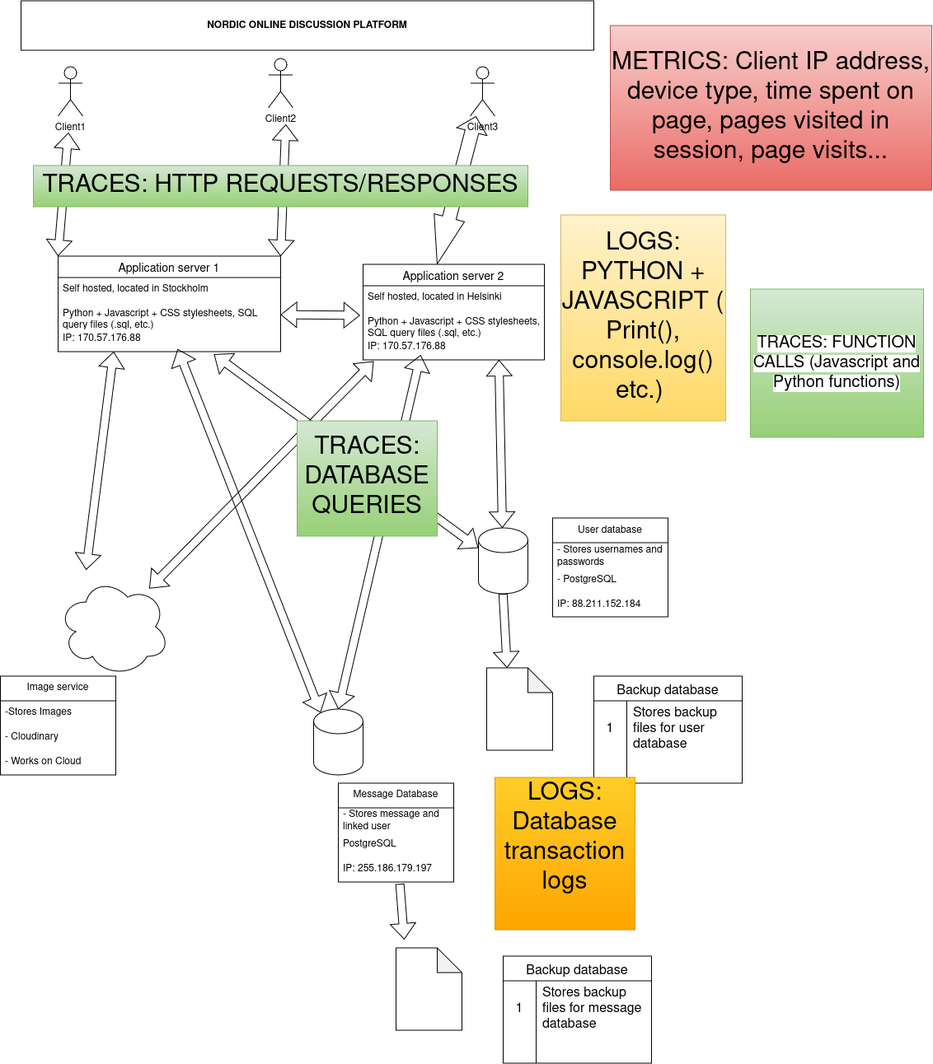
This is Imaginary_software.drawio.png from Fault-Furious/Documents, a draw.io export, as it was before one commit. Source tidied: cells renumbered, new cells last; positions are measured from the earlier drawing's top-left corner, leaving out a move shared by most shapes.
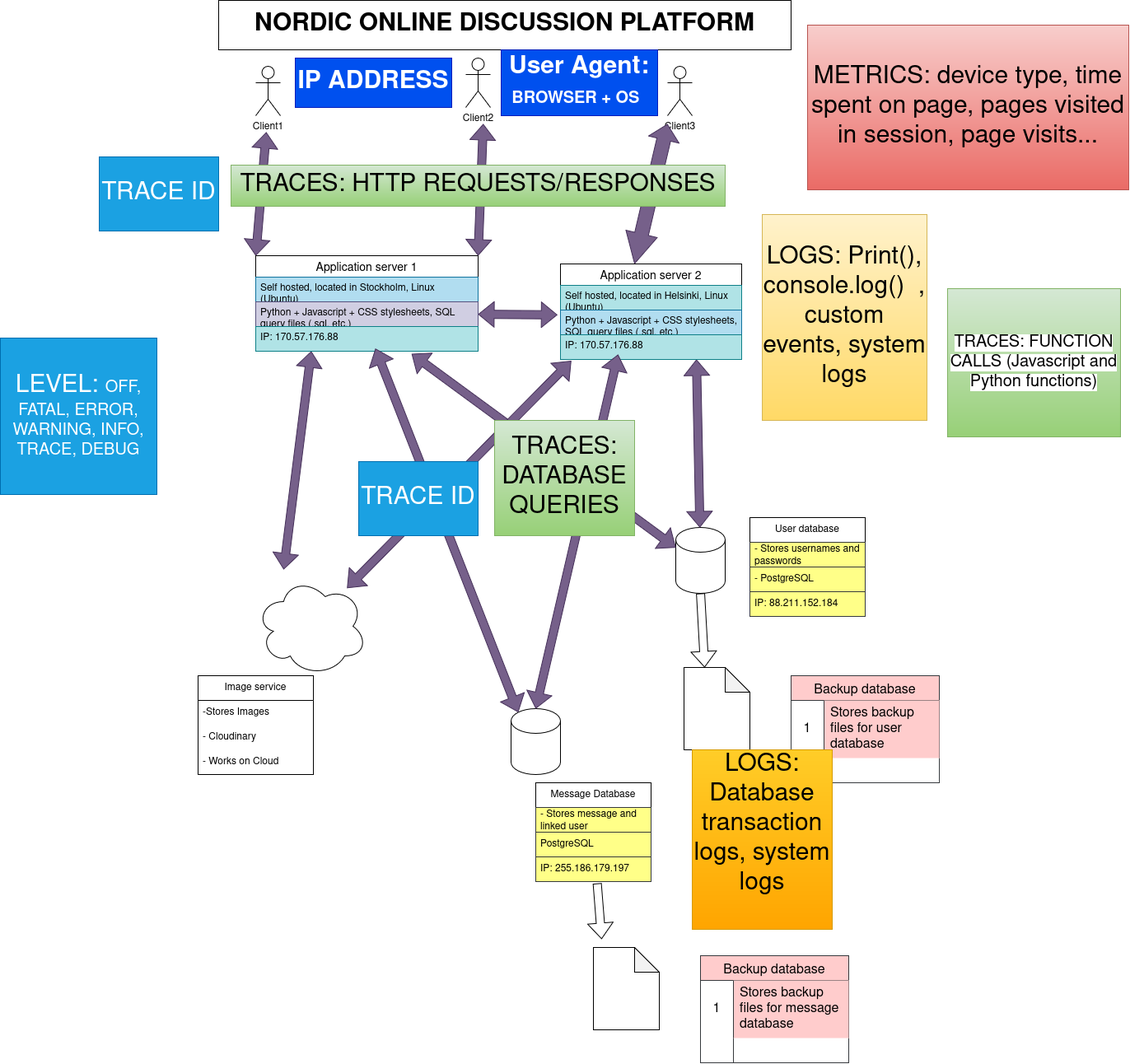
After the change.

Change to the diagram source:
```diff
@@ -1,2 +1,2 @@
-<mxGraphModel background="light-dark(#FFFFFF,#000000)">
+<mxGraphModel>
   <root>
@@ -19,3 +19,3 @@
     </mxCell>
-    <mxCell id="7" style="shape=flexArrow;endArrow=classic;startArrow=classic;html=1;rounded=0;exitX=0.4;exitY=0.1;exitDx=0;exitDy=0;exitPerimeter=0;entryX=0.25;entryY=1;entryDx=0;entryDy=0;" parent="1" edge="1" target="16">
+    <mxCell id="7" style="shape=flexArrow;endArrow=classic;startArrow=classic;html=1;rounded=0;exitX=0.4;exitY=0.1;exitDx=0;exitDy=0;exitPerimeter=0;entryX=0.25;entryY=1;entryDx=0;entryDy=0;fillColor=#76608a;strokeColor=#432D57;" parent="1" edge="1" target="16">
       <mxGeometry relative="1" as="geometry">
@@ -24,3 +24,3 @@
     </mxCell>
-    <mxCell id="8" style="shape=flexArrow;endArrow=classic;startArrow=classic;html=1;rounded=0;entryX=1;entryY=1;entryDx=0;entryDy=0;entryPerimeter=0;exitX=1;exitY=0;exitDx=0;exitDy=0;" parent="1" edge="1" source="16">
+    <mxCell id="8" style="shape=flexArrow;endArrow=classic;startArrow=classic;html=1;rounded=0;entryX=1;entryY=1;entryDx=0;entryDy=0;entryPerimeter=0;exitX=1;exitY=0;exitDx=0;exitDy=0;fillColor=#76608a;strokeColor=#432D57;" parent="1" edge="1" source="16">
       <mxGeometry relative="1" as="geometry">
@@ -29,8 +29,9 @@
     </mxCell>
-    <mxCell id="9" style="shape=flexArrow;endArrow=classic;startArrow=classic;html=1;rounded=0;exitX=0.75;exitY=0;exitDx=0;exitDy=0;width=17;startSize=19;" parent="1" edge="1" target="3">
+    <mxCell id="9" style="shape=flexArrow;endArrow=classic;startArrow=classic;html=1;rounded=0;exitX=0.75;exitY=0;exitDx=0;exitDy=0;width=17;startSize=12;fillColor=#76608a;strokeColor=#432D57;startWidth=21;" parent="1" edge="1">
       <mxGeometry relative="1" as="geometry">
         <mxPoint x="530" y="320" as="sourcePoint" />
+        <mxPoint x="570" y="150" as="targetPoint" />
       </mxGeometry>
     </mxCell>
-    <mxCell id="10" style="shape=flexArrow;endArrow=classic;startArrow=classic;html=1;rounded=0;exitX=0.145;exitY=0;exitDx=0;exitDy=4.35;exitPerimeter=0;entryX=0.701;entryY=1.104;entryDx=0;entryDy=0;entryPerimeter=0;" parent="1" edge="1" target="19">
+    <mxCell id="10" style="shape=flexArrow;endArrow=classic;startArrow=classic;html=1;rounded=0;exitX=0.145;exitY=0;exitDx=0;exitDy=4.35;exitPerimeter=0;entryX=0.701;entryY=1.104;entryDx=0;entryDy=0;entryPerimeter=0;fillColor=#76608a;strokeColor=#432D57;" parent="1" edge="1" target="19">
       <mxGeometry relative="1" as="geometry">
@@ -42,3 +43,3 @@
     </mxCell>
-    <mxCell id="12" style="shape=flexArrow;endArrow=classic;startArrow=classic;html=1;rounded=0;entryX=0;entryY=0;entryDx=0;entryDy=0;" parent="1" edge="1" target="16">
+    <mxCell id="12" style="shape=flexArrow;endArrow=classic;startArrow=classic;html=1;rounded=0;entryX=0;entryY=0;entryDx=0;entryDy=0;fillColor=#76608a;strokeColor=#432D57;" parent="1" edge="1" target="16">
       <mxGeometry relative="1" as="geometry">
@@ -47,9 +48,9 @@
     </mxCell>
-    <mxCell id="13" style="shape=flexArrow;endArrow=classic;startArrow=classic;html=1;rounded=0;entryX=-0.017;entryY=0.191;entryDx=0;entryDy=0;exitX=1;exitY=0.5;exitDx=0;exitDy=0;entryPerimeter=0;" parent="1" edge="1" source="18" target="22">
+    <mxCell id="13" style="shape=flexArrow;endArrow=classic;startArrow=classic;html=1;rounded=0;entryX=-0.017;entryY=0.191;entryDx=0;entryDy=0;exitX=1;exitY=0.5;exitDx=0;exitDy=0;entryPerimeter=0;fillColor=#76608a;strokeColor=#432D57;" parent="1" edge="1" source="18" target="22">
       <mxGeometry relative="1" as="geometry" />
     </mxCell>
-    <mxCell id="14" style="shape=flexArrow;endArrow=classic;startArrow=classic;html=1;rounded=0;entryX=0.75;entryY=1;entryDx=0;entryDy=0;" parent="1" edge="1" source="5" target="20">
+    <mxCell id="14" style="shape=flexArrow;endArrow=classic;startArrow=classic;html=1;rounded=0;entryX=0.75;entryY=1;entryDx=0;entryDy=0;fillColor=#76608a;strokeColor=#432D57;" parent="1" edge="1" source="5" target="20">
       <mxGeometry relative="1" as="geometry" />
     </mxCell>
-    <mxCell id="15" style="shape=flexArrow;endArrow=classic;startArrow=classic;html=1;rounded=0;exitX=0.88;exitY=0.25;exitDx=0;exitDy=0;exitPerimeter=0;entryX=0.059;entryY=1.051;entryDx=0;entryDy=0;entryPerimeter=0;" parent="1" edge="1" target="23">
+    <mxCell id="15" style="shape=flexArrow;endArrow=classic;startArrow=classic;html=1;rounded=0;exitX=0.88;exitY=0.25;exitDx=0;exitDy=0;exitPerimeter=0;entryX=0.059;entryY=1.051;entryDx=0;entryDy=0;entryPerimeter=0;fillColor=#76608a;strokeColor=#432D57;" parent="1" edge="1" target="23">
       <mxGeometry relative="1" as="geometry">
@@ -61,9 +62,9 @@
     </mxCell>
-    <mxCell id="17" value="Self hosted, located in Stockholm" style="text;strokeColor=none;fillColor=none;spacingLeft=4;spacingRight=4;overflow=hidden;fontSize=12;whiteSpace=wrap;html=1;" parent="16" vertex="1">
+    <mxCell id="17" value="Self hosted, located in Stockholm, Linux (Ubuntu)" style="text;spacingLeft=4;spacingRight=4;overflow=hidden;fontSize=12;whiteSpace=wrap;html=1;fillColor=#b1ddf0;strokeColor=#10739e;" parent="16" vertex="1">
       <mxGeometry y="26" width="270" height="30" as="geometry" />
     </mxCell>
-    <mxCell id="18" value="Python + Javascript + CSS stylesheets,&amp;nbsp;SQL query files (.sql, etc.)" style="text;strokeColor=none;fillColor=none;spacingLeft=4;spacingRight=4;overflow=hidden;points=[[0,0.5],[1,0.5]];portConstraint=eastwest;fontSize=12;whiteSpace=wrap;html=1;" parent="16" vertex="1">
+    <mxCell id="18" value="Python + Javascript + CSS stylesheets,&amp;nbsp;SQL query files (.sql, etc.)" style="text;strokeColor=#56517e;fillColor=#d0cee2;spacingLeft=4;spacingRight=4;overflow=hidden;points=[[0,0.5],[1,0.5]];portConstraint=eastwest;fontSize=12;whiteSpace=wrap;html=1;" parent="16" vertex="1">
       <mxGeometry y="56" width="270" height="30" as="geometry" />
     </mxCell>
-    <mxCell id="19" value="IP: 170.57.176.88" style="text;strokeColor=none;fillColor=none;spacingLeft=4;spacingRight=4;overflow=hidden;points=[[0,0.5],[1,0.5]];portConstraint=eastwest;fontSize=12;whiteSpace=wrap;html=1;" parent="16" vertex="1">
+    <mxCell id="19" value="IP: 170.57.176.88" style="text;strokeColor=#0e8088;fillColor=#b0e3e6;spacingLeft=4;spacingRight=4;overflow=hidden;points=[[0,0.5],[1,0.5]];portConstraint=eastwest;fontSize=12;whiteSpace=wrap;html=1;" parent="16" vertex="1">
       <mxGeometry y="86" width="270" height="30" as="geometry" />
@@ -73,12 +74,12 @@
     </mxCell>
-    <mxCell id="21" value="Self hosted, located in Helsinki" style="text;strokeColor=none;fillColor=none;spacingLeft=4;spacingRight=4;overflow=hidden;fontSize=12;whiteSpace=wrap;html=1;" parent="20" vertex="1">
+    <mxCell id="21" value="Self hosted, located in Helsinki, Linux (Ubuntu)" style="text;strokeColor=#0e8088;fillColor=#b0e3e6;spacingLeft=4;spacingRight=4;overflow=hidden;fontSize=12;whiteSpace=wrap;html=1;" parent="20" vertex="1">
       <mxGeometry y="26" width="220" height="30" as="geometry" />
     </mxCell>
-    <mxCell id="22" value="Python + Javascript + CSS stylesheets, SQL query files (.sql, etc.)" style="text;strokeColor=none;fillColor=none;spacingLeft=4;spacingRight=4;overflow=hidden;points=[[0,0.5],[1,0.5]];portConstraint=eastwest;fontSize=12;whiteSpace=wrap;html=1;" parent="20" vertex="1">
+    <mxCell id="22" value="Python + Javascript + CSS stylesheets, SQL query files (.sql, etc.)" style="text;strokeColor=#10739e;fillColor=#b1ddf0;spacingLeft=4;spacingRight=4;overflow=hidden;points=[[0,0.5],[1,0.5]];portConstraint=eastwest;fontSize=12;whiteSpace=wrap;html=1;" parent="20" vertex="1">
       <mxGeometry y="56" width="220" height="30" as="geometry" />
     </mxCell>
-    <mxCell id="23" value="IP: 170.57.176.88" style="text;strokeColor=none;fillColor=none;spacingLeft=4;spacingRight=4;overflow=hidden;points=[[0,0.5],[1,0.5]];portConstraint=eastwest;fontSize=12;whiteSpace=wrap;html=1;" parent="20" vertex="1">
+    <mxCell id="23" value="IP: 170.57.176.88" style="text;strokeColor=#0e8088;fillColor=#b0e3e6;spacingLeft=4;spacingRight=4;overflow=hidden;points=[[0,0.5],[1,0.5]];portConstraint=eastwest;fontSize=12;whiteSpace=wrap;html=1;" parent="20" vertex="1">
       <mxGeometry y="86" width="220" height="30" as="geometry" />
     </mxCell>
-    <mxCell id="24" value="&lt;b&gt;NORDIC ONLINE DISCUSSION PLATFORM&lt;/b&gt;" style="rounded=0;whiteSpace=wrap;html=1;" parent="1" vertex="1">
+    <mxCell id="24" value="&lt;font style=&quot;font-size: 30px;&quot;&gt;&lt;b&gt;NORDIC ONLINE DISCUSSION PLATFORM&lt;/b&gt;&lt;/font&gt;" style="rounded=0;whiteSpace=wrap;html=1;" parent="1" vertex="1">
       <mxGeometry x="25" width="695" height="60" as="geometry" />
@@ -88,9 +89,9 @@
     </mxCell>
-    <mxCell id="26" value="- Stores usernames and passwords" style="text;strokeColor=none;fillColor=none;align=left;verticalAlign=middle;spacingLeft=4;spacingRight=4;overflow=hidden;whiteSpace=wrap;html=1;" parent="25" vertex="1">
+    <mxCell id="26" value="- Stores usernames and passwords" style="text;strokeColor=#36393d;fillColor=#ffff88;align=left;verticalAlign=middle;spacingLeft=4;spacingRight=4;overflow=hidden;whiteSpace=wrap;html=1;" parent="25" vertex="1">
       <mxGeometry y="30" width="140" height="30" as="geometry" />
     </mxCell>
-    <mxCell id="27" value="- PostgreSQL" style="text;strokeColor=none;fillColor=none;align=left;verticalAlign=middle;spacingLeft=4;spacingRight=4;overflow=hidden;whiteSpace=wrap;html=1;" parent="25" vertex="1">
+    <mxCell id="27" value="- PostgreSQL" style="text;strokeColor=#36393d;fillColor=#ffff88;align=left;verticalAlign=middle;spacingLeft=4;spacingRight=4;overflow=hidden;whiteSpace=wrap;html=1;" parent="25" vertex="1">
       <mxGeometry y="60" width="140" height="30" as="geometry" />
     </mxCell>
-    <mxCell id="28" value="IP: 88.211.152.184" style="text;strokeColor=none;fillColor=none;align=left;verticalAlign=middle;spacingLeft=4;spacingRight=4;overflow=hidden;whiteSpace=wrap;html=1;" parent="25" vertex="1">
+    <mxCell id="28" value="IP: 88.211.152.184" style="text;strokeColor=#36393d;fillColor=#ffff88;align=left;verticalAlign=middle;spacingLeft=4;spacingRight=4;overflow=hidden;whiteSpace=wrap;html=1;" parent="25" vertex="1">
       <mxGeometry y="90" width="140" height="30" as="geometry" />
@@ -100,3 +101,3 @@
     </mxCell>
-    <mxCell id="30" style="shape=flexArrow;endArrow=classic;startArrow=classic;html=1;rounded=0;entryX=0.5;entryY=0;entryDx=0;entryDy=0;entryPerimeter=0;" parent="1" edge="1" target="29">
+    <mxCell id="30" style="shape=flexArrow;endArrow=classic;startArrow=classic;html=1;rounded=0;entryX=0.5;entryY=0;entryDx=0;entryDy=0;entryPerimeter=0;fillColor=#76608a;strokeColor=#432D57;" parent="1" edge="1" target="29">
       <mxGeometry relative="1" as="geometry">
@@ -105,3 +106,3 @@
     </mxCell>
-    <mxCell id="31" style="shape=flexArrow;endArrow=classic;startArrow=classic;html=1;rounded=0;entryX=0.538;entryY=0.893;entryDx=0;entryDy=0;entryPerimeter=0;exitX=0.145;exitY=0;exitDx=0;exitDy=4.35;exitPerimeter=0;" parent="1" edge="1" source="29" target="19">
+    <mxCell id="31" style="shape=flexArrow;endArrow=classic;startArrow=classic;html=1;rounded=0;entryX=0.538;entryY=0.893;entryDx=0;entryDy=0;entryPerimeter=0;exitX=0.145;exitY=0;exitDx=0;exitDy=4.35;exitPerimeter=0;fillColor=#76608a;strokeColor=#432D57;" parent="1" edge="1" source="29" target="19">
       <mxGeometry relative="1" as="geometry" />
@@ -111,9 +112,9 @@
     </mxCell>
-    <mxCell id="33" value="- Stores message and linked user" style="text;strokeColor=none;fillColor=none;align=left;verticalAlign=middle;spacingLeft=4;spacingRight=4;overflow=hidden;whiteSpace=wrap;html=1;" parent="32" vertex="1">
+    <mxCell id="33" value="- Stores message and linked user" style="text;strokeColor=#36393d;fillColor=#ffff88;align=left;verticalAlign=middle;spacingLeft=4;spacingRight=4;overflow=hidden;whiteSpace=wrap;html=1;" parent="32" vertex="1">
       <mxGeometry y="30" width="140" height="30" as="geometry" />
     </mxCell>
-    <mxCell id="34" value="PostgreSQL" style="text;strokeColor=none;fillColor=none;align=left;verticalAlign=middle;spacingLeft=4;spacingRight=4;overflow=hidden;whiteSpace=wrap;html=1;" parent="32" vertex="1">
+    <mxCell id="34" value="PostgreSQL" style="text;strokeColor=#36393d;fillColor=#ffff88;align=left;verticalAlign=middle;spacingLeft=4;spacingRight=4;overflow=hidden;whiteSpace=wrap;html=1;" parent="32" vertex="1">
       <mxGeometry y="60" width="140" height="30" as="geometry" />
     </mxCell>
-    <mxCell id="35" value="IP: 255.186.179.197 " style="text;strokeColor=none;fillColor=none;align=left;verticalAlign=middle;spacingLeft=4;spacingRight=4;overflow=hidden;points=[[0,0.5],[1,0.5]];portConstraint=eastwest;whiteSpace=wrap;html=1;" parent="32" vertex="1">
+    <mxCell id="35" value="IP: 255.186.179.197 " style="text;strokeColor=#36393d;fillColor=#ffff88;align=left;verticalAlign=middle;spacingLeft=4;spacingRight=4;overflow=hidden;points=[[0,0.5],[1,0.5]];portConstraint=eastwest;whiteSpace=wrap;html=1;" parent="32" vertex="1">
       <mxGeometry y="90" width="140" height="30" as="geometry" />
@@ -135,3 +136,3 @@
     </mxCell>
-    <mxCell id="41" value="Backup database" style="shape=table;startSize=30;rowLines=0;fontStyle=0;strokeColor=default;fontSize=16;" parent="1" vertex="1">
+    <mxCell id="41" value="Backup database" style="shape=table;startSize=30;rowLines=0;fontStyle=0;strokeColor=#36393d;fontSize=16;fillColor=#ffcccc;" parent="1" vertex="1">
       <mxGeometry x="720" y="820" width="180" height="130" as="geometry" />
@@ -144,3 +145,3 @@
     </mxCell>
-    <mxCell id="44" value="Stores backup files for user database" style="shape=partialRectangle;html=1;whiteSpace=wrap;fillColor=none;top=0;left=0;bottom=0;right=0;align=left;spacingLeft=6;overflow=hidden;strokeColor=inherit;fontSize=16;" parent="42" vertex="1">
+    <mxCell id="44" value="Stores backup files for user database" style="shape=partialRectangle;html=1;whiteSpace=wrap;fillColor=#ffcccc;top=0;left=0;bottom=0;right=0;align=left;spacingLeft=6;overflow=hidden;strokeColor=#36393d;fontSize=16;" parent="42" vertex="1">
       <mxGeometry x="40" width="140" height="70" as="geometry" />
@@ -159,3 +160,3 @@
     </mxCell>
-    <mxCell id="49" value="Backup database" style="shape=table;startSize=30;rowLines=0;fontStyle=0;strokeColor=default;fontSize=16;" parent="1" vertex="1">
+    <mxCell id="49" value="Backup database" style="shape=table;startSize=30;rowLines=0;fontStyle=0;strokeColor=#36393d;fontSize=16;fillColor=#ffcccc;" parent="1" vertex="1">
       <mxGeometry x="610" y="1160" width="180" height="130" as="geometry" />
@@ -168,3 +169,3 @@
     </mxCell>
-    <mxCell id="52" value="Stores backup files for message database" style="shape=partialRectangle;html=1;whiteSpace=wrap;fillColor=none;top=0;left=0;bottom=0;right=0;align=left;spacingLeft=6;overflow=hidden;strokeColor=inherit;fontSize=16;" parent="50" vertex="1">
+    <mxCell id="52" value="Stores backup files for message database" style="shape=partialRectangle;html=1;whiteSpace=wrap;fillColor=#ffcccc;top=0;left=0;bottom=0;right=0;align=left;spacingLeft=6;overflow=hidden;strokeColor=#36393d;fontSize=16;" parent="50" vertex="1">
       <mxGeometry x="40" width="140" height="70" as="geometry" />
@@ -188,4 +189,4 @@
     </mxCell>
-    <mxCell id="58" value="&lt;font style=&quot;font-size: 30px;&quot;&gt;LOGS: PYTHON + JAVASCRIPT ( Print(), console.log() etc.)&amp;nbsp;&lt;/font&gt;" style="text;html=1;whiteSpace=wrap;strokeColor=#d6b656;fillColor=#fff2cc;align=center;verticalAlign=middle;rounded=0;gradientColor=#ffd966;" parent="1" vertex="1">
-      <mxGeometry x="680" y="260" width="200" height="250" as="geometry" />
+    <mxCell id="58" value="&lt;font style=&quot;font-size: 30px;&quot;&gt;LOGS: Print(), console.log()&amp;nbsp; , custom events, system logs&lt;/font&gt;" style="text;html=1;whiteSpace=wrap;strokeColor=#d6b656;fillColor=#fff2cc;align=center;verticalAlign=middle;rounded=0;gradientColor=#ffd966;" parent="1" vertex="1">
+      <mxGeometry x="685" y="260" width="200" height="250" as="geometry" />
     </mxCell>
@@ -194,6 +195,6 @@
     </mxCell>
-    <mxCell id="60" value="&lt;div&gt;&lt;font style=&quot;font-size: 30px;&quot;&gt;LOGS:&lt;/font&gt;&lt;/div&gt;&lt;div&gt;&lt;font style=&quot;font-size: 30px;&quot;&gt;Database transaction logs&lt;/font&gt;&lt;/div&gt;&lt;div&gt;&lt;font style=&quot;font-size: 30px;&quot;&gt;&lt;br&gt;&lt;/font&gt;&lt;/div&gt;" style="text;html=1;whiteSpace=wrap;strokeColor=#d79b00;fillColor=#ffcd28;align=center;verticalAlign=middle;rounded=0;gradientColor=#ffa500;" parent="1" vertex="1">
-      <mxGeometry x="600" y="943" width="170" height="185" as="geometry" />
+    <mxCell id="60" value="&lt;div&gt;&lt;font style=&quot;font-size: 30px;&quot;&gt;LOGS:&lt;/font&gt;&lt;/div&gt;&lt;div&gt;&lt;font style=&quot;font-size: 30px;&quot;&gt;Database transaction logs, system logs&lt;/font&gt;&lt;/div&gt;&lt;div&gt;&lt;font style=&quot;font-size: 30px;&quot;&gt;&lt;br&gt;&lt;/font&gt;&lt;/div&gt;" style="text;html=1;whiteSpace=wrap;strokeColor=#d79b00;fillColor=#ffcd28;align=center;verticalAlign=middle;rounded=0;gradientColor=#ffa500;" parent="1" vertex="1">
+      <mxGeometry x="600" y="910" width="170" height="218" as="geometry" />
     </mxCell>
-    <mxCell id="61" value="&lt;font style=&quot;font-size: 30px;&quot;&gt;METRICS: Client IP address, device type, time spent on page, pages visited in session, page visits...&lt;/font&gt;" style="text;html=1;whiteSpace=wrap;strokeColor=#b85450;fillColor=#f8cecc;align=center;verticalAlign=middle;rounded=0;gradientColor=#ea6b66;" parent="1" vertex="1">
+    <mxCell id="61" value="&lt;font style=&quot;font-size: 30px;&quot;&gt;METRICS: device type, time spent on page, pages visited in session, page visits...&lt;/font&gt;" style="text;html=1;whiteSpace=wrap;strokeColor=#b85450;fillColor=#f8cecc;align=center;verticalAlign=middle;rounded=0;gradientColor=#ea6b66;" parent="1" vertex="1">
       <mxGeometry x="740" y="30" width="390" height="200" as="geometry" />
@@ -203,2 +204,17 @@
     </mxCell>
+    <mxCell id="63" value="&lt;font style=&quot;font-size: 30px;&quot;&gt;&lt;b&gt;IP ADDRESS&lt;/b&gt;&lt;/font&gt;" style="rounded=0;whiteSpace=wrap;html=1;fillColor=#0050ef;fontColor=#ffffff;strokeColor=#001DBC;" parent="1" vertex="1">
+      <mxGeometry x="118" y="70" width="190" height="60" as="geometry" />
+    </mxCell>
+    <mxCell id="64" value="&lt;font style=&quot;font-size: 30px;&quot;&gt;TRACE ID&lt;/font&gt;" style="rounded=0;whiteSpace=wrap;html=1;fillColor=#1ba1e2;fontColor=#ffffff;strokeColor=#006EAF;" parent="1" vertex="1">
+      <mxGeometry x="-120" y="190" width="145" height="90" as="geometry" />
+    </mxCell>
+    <mxCell id="65" value="&lt;font style=&quot;font-size: 30px;&quot;&gt;&lt;b&gt;User Agent: &lt;/b&gt;&lt;/font&gt;&lt;font style=&quot;font-size: 20px;&quot;&gt;&lt;b&gt;BROWSER + OS&lt;/b&gt;&lt;/font&gt;&lt;font style=&quot;font-size: 30px;&quot;&gt;&lt;b&gt;&amp;nbsp;&lt;/b&gt;&lt;/font&gt;" style="rounded=0;whiteSpace=wrap;html=1;fillColor=#0050ef;fontColor=#ffffff;strokeColor=#001DBC;" parent="1" vertex="1">
+      <mxGeometry x="368" y="60" width="190" height="80" as="geometry" />
+    </mxCell>
+    <mxCell id="66" value="&lt;font style=&quot;font-size: 30px;&quot;&gt;TRACE ID&lt;/font&gt;" style="rounded=0;whiteSpace=wrap;html=1;fillColor=#1ba1e2;fontColor=#ffffff;strokeColor=#006EAF;" parent="1" vertex="1">
+      <mxGeometry x="195" y="560" width="145" height="90" as="geometry" />
+    </mxCell>
+    <mxCell id="67" value="&lt;div&gt;&lt;font style=&quot;font-size: 30px;&quot;&gt;LEVEL:&amp;nbsp;&lt;/font&gt;&lt;font style=&quot;font-size: 20px;&quot;&gt;OFF,&lt;/font&gt;&lt;/div&gt;&lt;div&gt;&lt;font style=&quot;font-size: 20px;&quot;&gt;FATAL, ERROR, WARNING, INFO, TRACE, DEBUG&lt;/font&gt;&lt;/div&gt;" style="rounded=0;whiteSpace=wrap;html=1;fillColor=#1ba1e2;fontColor=#ffffff;strokeColor=#006EAF;" parent="1" vertex="1">
+      <mxGeometry x="-240" y="410" width="190" height="190" as="geometry" />
+    </mxCell>
   </root>
```
